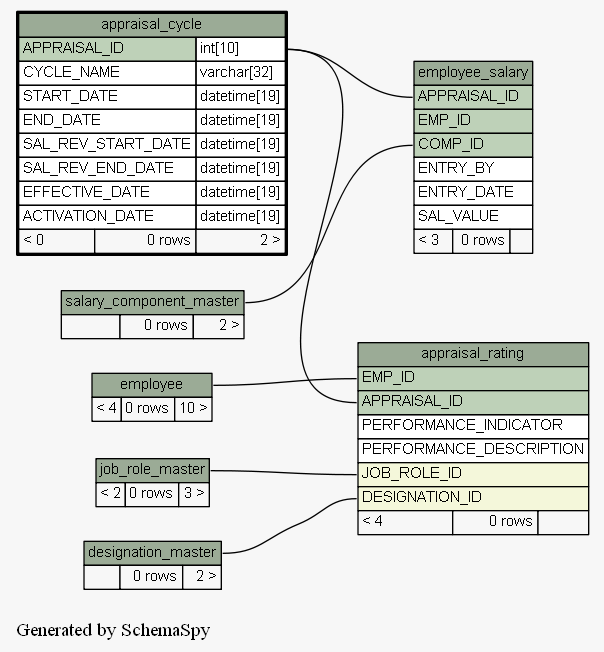
engineerscraft/hrms keeps this Graphviz diagram as docs/database/schemaspy/graphs/appraisal_cycle.2degrees.png. Above is the earlier version. Its source is kept beside it as docs/database/schemaspy/graphs/appraisal_cycle.2degrees.dot.
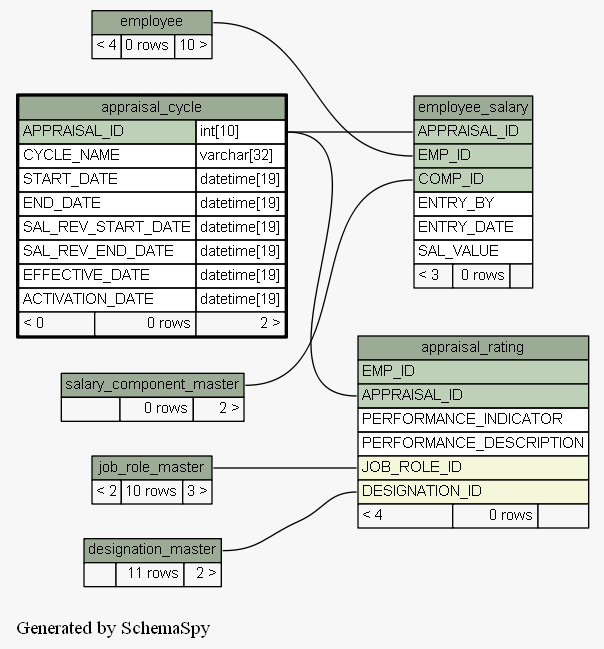
Above is the later version.

Diff of the diagram source:
```diff
@@ -15,10 +15,10 @@
   ];
   "appraisal_rating":"APPRAISAL_ID":w -> "appraisal_cycle":"APPRAISAL_ID.type":e [arrowtail=crowtee arrowhead=none];
   "appraisal_rating":"DESIGNATION_ID":w -> "designation_master":"designation_master.heading":e [arrowtail=crowodot arrowhead=none];
-  "appraisal_rating":"EMP_ID":w -> "employee":"employee.heading":e [arrowtail=crowtee arrowhead=none];
   "appraisal_rating":"JOB_ROLE_ID":w -> "job_role_master":"job_role_master.heading":e [arrowtail=crowodot arrowhead=none];
   "employee_salary":"APPRAISAL_ID":w -> "appraisal_cycle":"APPRAISAL_ID.type":e [arrowtail=crowtee arrowhead=none];
   "employee_salary":"COMP_ID":w -> "salary_component_master":"salary_component_master.heading":e [arrowtail=crowtee arrowhead=none];
+  "employee_salary":"EMP_ID":w -> "employee":"employee.heading":e [arrowtail=crowtee arrowhead=none];
   "appraisal_cycle" [
     label=<
     <TABLE BORDER="2" CELLBORDER="1" CELLSPACING="0" BGCOLOR="#ffffff">
@@ -55,7 +55,7 @@
     label=<
     <TABLE BORDER="0" CELLBORDER="1" CELLSPACING="0" BGCOLOR="#ffffff">
       <TR><TD PORT="designation_master.heading" COLSPAN="3" BGCOLOR="#9bab96" ALIGN="CENTER">designation_master</TD></TR>
-      <TR><TD ALIGN="LEFT" BGCOLOR="#f7f7f7">  </TD><TD ALIGN="RIGHT" BGCOLOR="#f7f7f7">0 rows</TD><TD ALIGN="RIGHT" BGCOLOR="#f7f7f7">2 &gt;</TD></TR>
+      <TR><TD ALIGN="LEFT" BGCOLOR="#f7f7f7">  </TD><TD ALIGN="RIGHT" BGCOLOR="#f7f7f7">11 rows</TD><TD ALIGN="RIGHT" BGCOLOR="#f7f7f7">2 &gt;</TD></TR>
     </TABLE>>
     URL="designation_master.html#graph"
     tooltip="designation_master"
@@ -88,7 +88,7 @@
     label=<
     <TABLE BORDER="0" CELLBORDER="1" CELLSPACING="0" BGCOLOR="#ffffff">
       <TR><TD PORT="job_role_master.heading" COLSPAN="3" BGCOLOR="#9bab96" ALIGN="CENTER">job_role_master</TD></TR>
-      <TR><TD ALIGN="LEFT" BGCOLOR="#f7f7f7">&lt; 2</TD><TD ALIGN="RIGHT" BGCOLOR="#f7f7f7">0 rows</TD><TD ALIGN="RIGHT" BGCOLOR="#f7f7f7">3 &gt;</TD></TR>
+      <TR><TD ALIGN="LEFT" BGCOLOR="#f7f7f7">&lt; 2</TD><TD ALIGN="RIGHT" BGCOLOR="#f7f7f7">10 rows</TD><TD ALIGN="RIGHT" BGCOLOR="#f7f7f7">3 &gt;</TD></TR>
     </TABLE>>
     URL="job_role_master.html#graph"
     tooltip="job_role_master"
```
